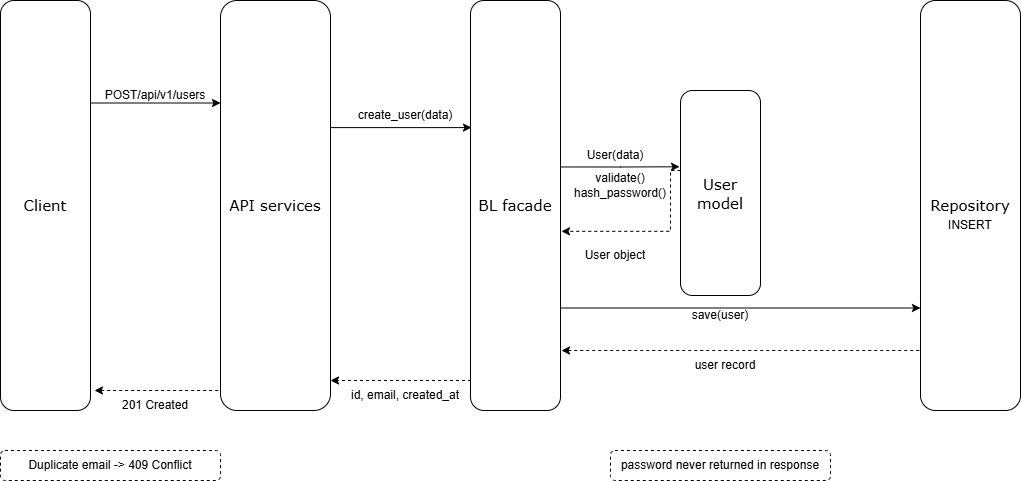
This is part1/User_registration_API.png from Friasru/holbertonschool-hbnb, a draw.io export, as it was before one commit. Source tidied: cells renumbered, new cells last; positions are measured from the earlier drawing's top-left corner, leaving out a move shared by most shapes. Source of this version:
```xml
<mxGraphModel>
  <root>
    <mxCell id="0" />
    <mxCell id="1" parent="0" />
    <mxCell id="2" style="edgeStyle=orthogonalEdgeStyle;rounded=0;jettySize=auto;html=1;exitX=1;exitY=0.25;exitDx=0;exitDy=0;entryX=0;entryY=0.25;entryDx=0;entryDy=0;" parent="1" edge="1" source="3" target="6">
      <mxGeometry relative="1" as="geometry" />
    </mxCell>
    <mxCell id="3" value="&lt;font face=&quot;Verdana&quot; style=&quot;font-size: 15px;&quot;&gt;Client&lt;/font&gt;" style="rounded=1;whiteSpace=wrap;html=1;" parent="1" vertex="1">
      <mxGeometry width="90" height="410" as="geometry" />
    </mxCell>
    <mxCell id="4" style="edgeStyle=orthogonalEdgeStyle;rounded=0;jettySize=auto;html=1;exitX=0.997;exitY=0.31;exitDx=0;exitDy=0;exitPerimeter=0;entryX=0.011;entryY=0.31;entryDx=0;entryDy=0;entryPerimeter=0;" parent="1" edge="1" source="6" target="9">
      <mxGeometry relative="1" as="geometry" />
    </mxCell>
    <mxCell id="5" style="edgeStyle=orthogonalEdgeStyle;rounded=0;jettySize=auto;html=1;exitX=-0.021;exitY=0.95;exitDx=0;exitDy=0;dashed=1;exitPerimeter=0;" parent="1" edge="1" source="6">
      <mxGeometry relative="1" as="geometry">
        <mxPoint x="94" y="390" as="targetPoint" />
        <Array as="points">
          <mxPoint x="94" y="390" />
        </Array>
      </mxGeometry>
    </mxCell>
    <mxCell id="6" value="&lt;font face=&quot;Verdana&quot; style=&quot;font-size: 15px;&quot;&gt;API services&lt;/font&gt;" style="rounded=1;whiteSpace=wrap;html=1;fillColor=light-dark(#FFFFFF,#220048);strokeColor=light-dark(#000000,#9933FF);" parent="1" vertex="1">
      <mxGeometry x="220" width="110" height="410" as="geometry" />
    </mxCell>
    <mxCell id="7" style="edgeStyle=orthogonalEdgeStyle;rounded=0;jettySize=auto;html=1;exitX=0.974;exitY=0.406;exitDx=0;exitDy=0;entryX=-0.012;entryY=0.372;entryDx=0;entryDy=0;exitPerimeter=0;entryPerimeter=0;" parent="1" edge="1" source="9" target="11">
      <mxGeometry relative="1" as="geometry" />
    </mxCell>
    <mxCell id="8" style="edgeStyle=orthogonalEdgeStyle;rounded=0;jettySize=auto;html=1;exitX=0;exitY=0.75;exitDx=0;exitDy=0;dashed=1;" parent="1" edge="1" source="9">
      <mxGeometry relative="1" as="geometry">
        <mxPoint x="330" y="380" as="targetPoint" />
        <Array as="points">
          <mxPoint x="470" y="380" />
          <mxPoint x="330" y="380" />
        </Array>
      </mxGeometry>
    </mxCell>
    <mxCell id="9" value="&lt;font face=&quot;Verdana&quot; style=&quot;font-size: 15px;&quot;&gt;BL facade&lt;/font&gt;" style="rounded=1;whiteSpace=wrap;html=1;strokeColor=light-dark(#000000,#33FFFF);fillColor=light-dark(#FFFFFF,#004E4E);" parent="1" vertex="1">
      <mxGeometry x="470" width="90" height="410" as="geometry" />
    </mxCell>
    <mxCell id="10" style="edgeStyle=orthogonalEdgeStyle;rounded=0;jettySize=auto;html=1;exitX=1;exitY=0.75;exitDx=0;exitDy=0;entryX=0;entryY=0.75;entryDx=0;entryDy=0;endArrow=classic;endFill=1;" parent="1" edge="1" source="9" target="14">
      <mxGeometry relative="1" as="geometry" />
    </mxCell>
    <mxCell id="11" value="&lt;font face=&quot;Verdana&quot; style=&quot;font-size: 15px;&quot;&gt;User model&lt;/font&gt;" style="rounded=1;whiteSpace=wrap;html=1;fillColor=light-dark(#FFFFFF,#470047);strokeColor=light-dark(#000000,#FF33FF);" parent="1" vertex="1">
      <mxGeometry x="680" y="90" width="80" height="205" as="geometry" />
    </mxCell>
    <mxCell id="12" style="edgeStyle=orthogonalEdgeStyle;rounded=0;jettySize=auto;html=1;exitX=0.003;exitY=0.923;exitDx=0;exitDy=0;exitPerimeter=0;dashed=1;" parent="1" edge="1" source="14">
      <mxGeometry relative="1" as="geometry">
        <mxPoint x="561" y="350" as="targetPoint" />
        <Array as="points">
          <mxPoint x="920" y="350" />
          <mxPoint x="561" y="350" />
        </Array>
      </mxGeometry>
    </mxCell>
    <mxCell id="13" style="edgeStyle=orthogonalEdgeStyle;rounded=0;jettySize=auto;html=1;exitX=0;exitY=0.75;exitDx=0;exitDy=0;" parent="1" edge="1" source="14">
      <mxGeometry relative="1" as="geometry">
        <mxPoint x="920" y="308" as="targetPoint" />
      </mxGeometry>
    </mxCell>
    <mxCell id="14" value="&lt;font face=&quot;Verdana&quot; style=&quot;font-size: 15px;&quot;&gt;Repository&lt;/font&gt;" style="rounded=1;whiteSpace=wrap;html=1;strokeColor=light-dark(#000000,#FF8000);fillColor=light-dark(#FFFFFF,#994C00);" parent="1" vertex="1">
      <mxGeometry x="920" width="100" height="410" as="geometry" />
    </mxCell>
    <mxCell id="15" value="POST/api/v1/users" style="text;html=1;whiteSpace=wrap;strokeColor=none;fillColor=none;align=center;verticalAlign=middle;rounded=0;" parent="1" vertex="1">
      <mxGeometry x="90" y="80" width="130" height="30" as="geometry" />
    </mxCell>
    <mxCell id="16" value="create_user(data)&lt;span style=&quot;color: rgba(0, 0, 0, 0); font-family: monospace; font-size: 0px; text-align: start; white-space: nowrap;&quot;&gt;%3CmxGraphModel%3E%3Croot%3E%3CmxCell%20id%3D%220%22%2F%3E%3CmxCell%20id%3D%221%22%20parent%3D%220%22%2F%3E%3CmxCell%20id%3D%222%22%20parent%3D%221%22%20style%3D%22text%3Bhtml%3D1%3BwhiteSpace%3Dwrap%3BstrokeColor%3Dnone%3BfillColor%3Dnone%3Balign%3Dcenter%3BverticalAlign%3Dmiddle%3Brounded%3D0%3B%22%20value%3D%22Post%20%2F%20api%20%2F%20v1%20%2F%20users%22%20vertex%3D%221%22%3E%3CmxGeometry%20height%3D%2230%22%20width%3D%22130%22%20x%3D%2240%22%20y%3D%22120%22%20as%3D%22geometry%22%2F%3E%3C%2FmxCell%3E%3C%2Froot%3E%3C%2FmxGraphModel%3E&lt;/span&gt;" style="text;html=1;whiteSpace=wrap;strokeColor=none;fillColor=none;align=center;verticalAlign=middle;rounded=0;" parent="1" vertex="1">
      <mxGeometry x="340" y="100" width="130" height="30" as="geometry" />
    </mxCell>
    <mxCell id="17" style="edgeStyle=orthogonalEdgeStyle;rounded=0;jettySize=auto;html=1;exitX=1;exitY=1;exitDx=0;exitDy=0;dashed=1;entryX=1.011;entryY=0.563;entryDx=0;entryDy=0;entryPerimeter=0;" parent="1" edge="1" source="18" target="9">
      <mxGeometry relative="1" as="geometry">
        <Array as="points">
          <mxPoint x="670" y="170" />
          <mxPoint x="670" y="231" />
        </Array>
      </mxGeometry>
    </mxCell>
    <mxCell id="18" value="User(data)" style="text;html=1;whiteSpace=wrap;strokeColor=none;fillColor=none;align=center;verticalAlign=middle;rounded=0;" parent="1" vertex="1">
      <mxGeometry x="550" y="140" width="130" height="30" as="geometry" />
    </mxCell>
    <mxCell id="19" value="save(user)" style="text;html=1;whiteSpace=wrap;strokeColor=none;fillColor=none;align=center;verticalAlign=middle;rounded=0;" parent="1" vertex="1">
      <mxGeometry x="655" y="300" width="130" height="30" as="geometry" />
    </mxCell>
    <mxCell id="20" value="user record" style="text;html=1;whiteSpace=wrap;strokeColor=none;fillColor=none;align=center;verticalAlign=middle;rounded=0;" parent="1" vertex="1">
      <mxGeometry x="680" y="350" width="90" height="30" as="geometry" />
    </mxCell>
    <mxCell id="21" value="id, email, created_at" style="text;html=1;whiteSpace=wrap;strokeColor=none;fillColor=none;align=center;verticalAlign=middle;rounded=0;" parent="1" vertex="1">
      <mxGeometry x="340" y="380" width="130" height="30" as="geometry" />
    </mxCell>
    <mxCell id="22" value="201 Created" style="text;html=1;whiteSpace=wrap;strokeColor=none;fillColor=none;align=center;verticalAlign=middle;rounded=0;" parent="1" vertex="1">
      <mxGeometry x="90" y="390" width="130" height="30" as="geometry" />
    </mxCell>
    <mxCell id="23" value="User object" style="text;html=1;whiteSpace=wrap;strokeColor=none;fillColor=none;align=center;verticalAlign=middle;rounded=0;" parent="1" vertex="1">
      <mxGeometry x="550" y="240" width="130" height="30" as="geometry" />
    </mxCell>
    <mxCell id="24" value="Duplicate email -&amp;gt; 409 Conflict" style="rounded=1;whiteSpace=wrap;html=1;fillStyle=solid;fillColor=default;strokeColor=default;dashed=1;" parent="1" vertex="1">
      <mxGeometry y="450" width="220" height="30" as="geometry" />
    </mxCell>
    <mxCell id="25" value="password never returned in response" style="rounded=1;whiteSpace=wrap;html=1;fillStyle=solid;fillColor=default;strokeColor=default;dashed=1;" parent="1" vertex="1">
      <mxGeometry x="610" y="450" width="220" height="30" as="geometry" />
    </mxCell>
    <mxCell id="26" value="INSERT" style="text;html=1;whiteSpace=wrap;strokeColor=none;fillColor=none;align=center;verticalAlign=middle;rounded=0;" parent="1" vertex="1">
      <mxGeometry x="940" y="210" width="60" height="30" as="geometry" />
    </mxCell>
    <mxCell id="27" value="validate()&lt;br&gt;hash_password()" style="text;html=1;whiteSpace=wrap;strokeColor=none;fillColor=none;align=center;verticalAlign=middle;rounded=0;" parent="1" vertex="1">
      <mxGeometry x="570" y="150" width="100" height="70" as="geometry" />
    </mxCell>
  </root>
</mxGraphModel>
```
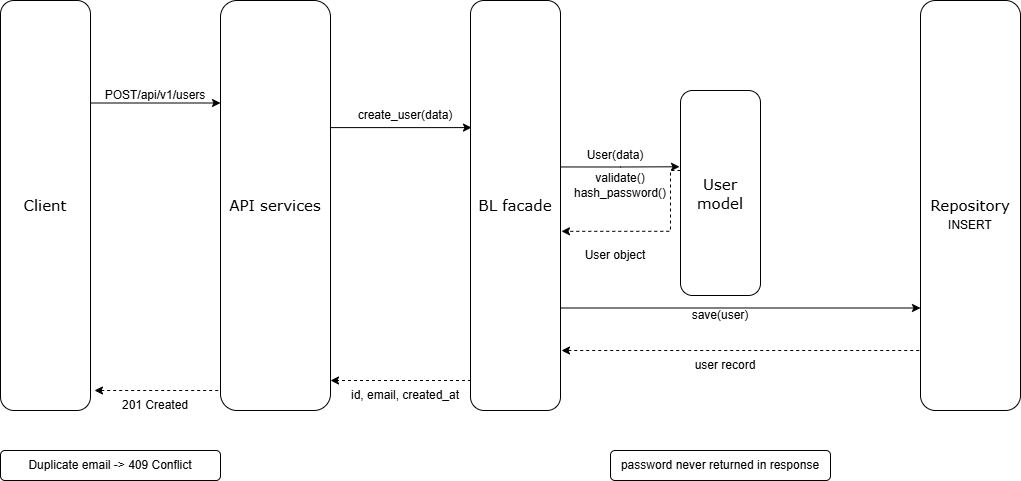
The same file after the commit.

Diff of the diagram source:
```diff
@@ -92,10 +92,10 @@
     <mxCell id="23" value="User object" style="text;html=1;whiteSpace=wrap;strokeColor=none;fillColor=none;align=center;verticalAlign=middle;rounded=0;" parent="1" vertex="1">
       <mxGeometry x="550" y="240" width="130" height="30" as="geometry" />
     </mxCell>
-    <mxCell id="24" value="Duplicate email -&amp;gt; 409 Conflict" style="rounded=1;whiteSpace=wrap;html=1;fillStyle=solid;fillColor=default;strokeColor=default;dashed=1;" parent="1" vertex="1">
+    <mxCell id="24" value="Duplicate email -&amp;gt; 409 Conflict" style="rounded=1;whiteSpace=wrap;html=1;fillStyle=solid;fillColor=default;strokeColor=default;" parent="1" vertex="1">
       <mxGeometry y="450" width="220" height="30" as="geometry" />
     </mxCell>
-    <mxCell id="25" value="password never returned in response" style="rounded=1;whiteSpace=wrap;html=1;fillStyle=solid;fillColor=default;strokeColor=default;dashed=1;" parent="1" vertex="1">
+    <mxCell id="25" value="password never returned in response" style="rounded=1;whiteSpace=wrap;html=1;fillStyle=solid;fillColor=default;strokeColor=default;" parent="1" vertex="1">
       <mxGeometry x="610" y="450" width="220" height="30" as="geometry" />
     </mxCell>
     <mxCell id="26" value="INSERT" style="text;html=1;whiteSpace=wrap;strokeColor=none;fillColor=none;align=center;verticalAlign=middle;rounded=0;" parent="1" vertex="1">
```
